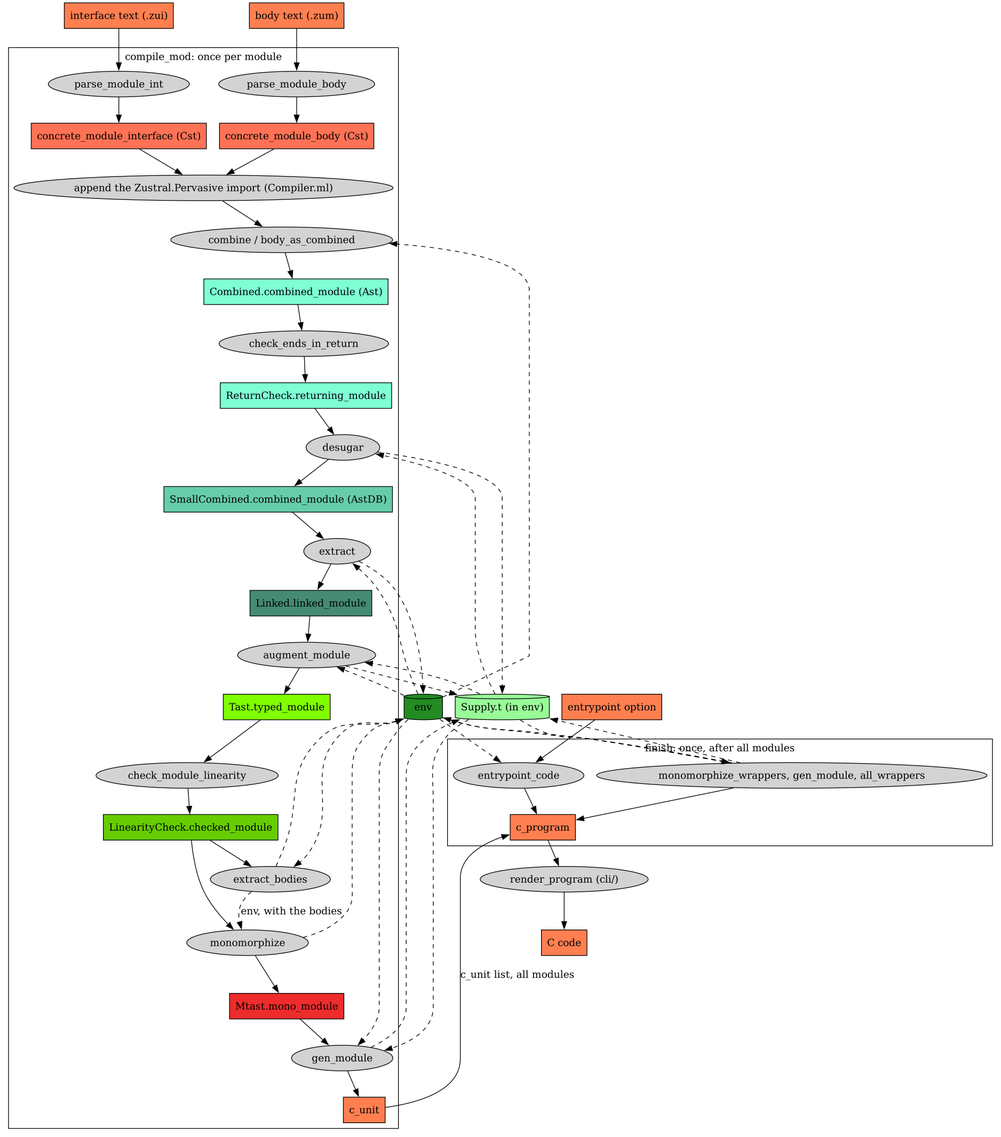
Above: docs/pipeline.png in seiei-sogen/zustral (Graphviz), before the change. Its source is kept beside it as docs/pipeline.dot.
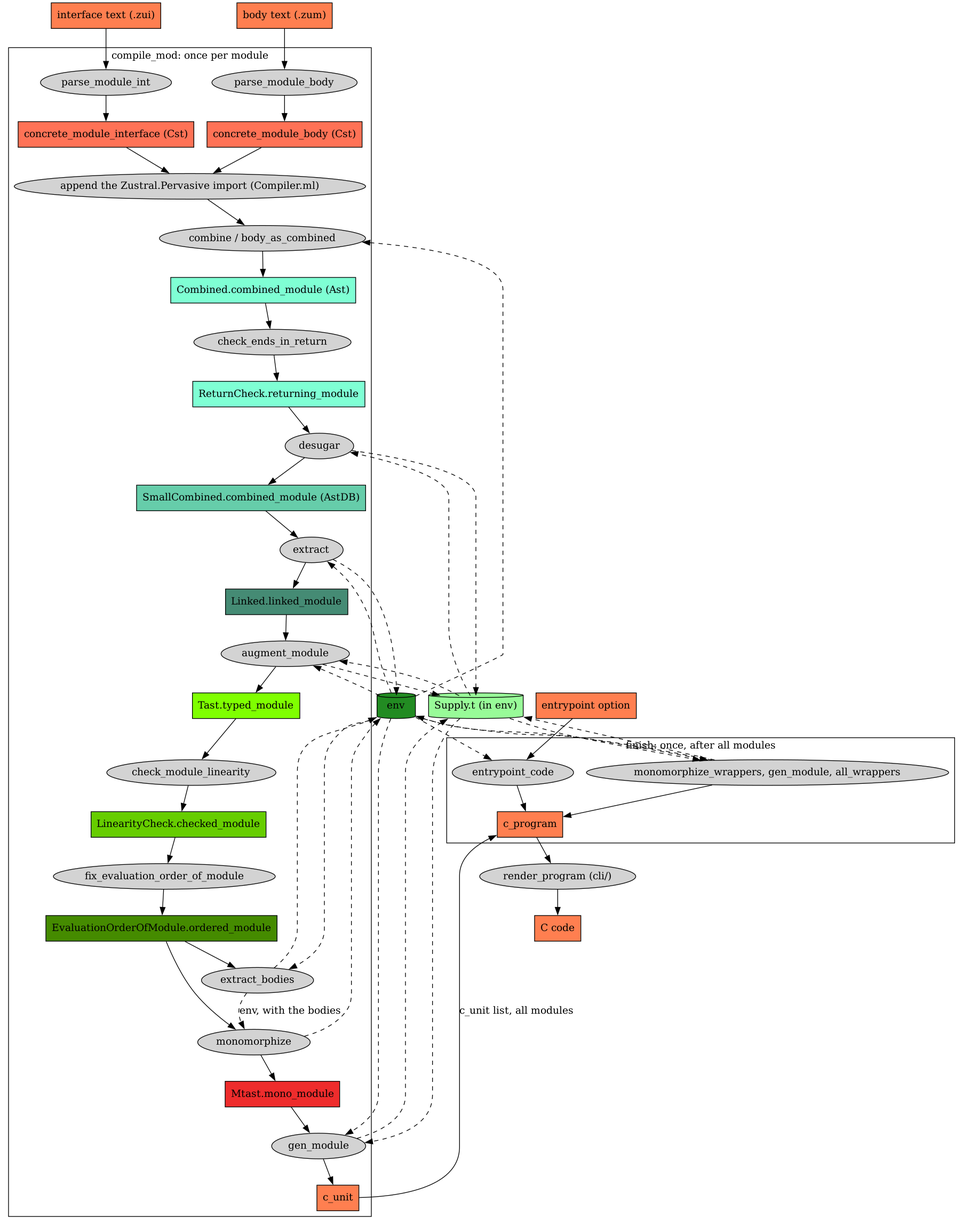
Above is the later version.

What changed in the source:
```diff
@@ -16,6 +16,7 @@
         linked[shape=rect fillcolor=aquamarine4 label="Linked.linked_module"]
         typed[shape=rect fillcolor=chartreuse1 label="Tast.typed_module"]
         checked[shape=rect fillcolor=chartreuse3 label="LinearityCheck.checked_module"]
+        ordered[shape=rect fillcolor=chartreuse4 label="EvaluationOrderOfModule.ordered_module"]
         mono[shape=rect fillcolor=firebrick2 label="Mtast.mono_module"]
         unit[shape=rect fillcolor=coral label="c_unit"]
 
@@ -28,6 +29,7 @@
         extract[label="extract"]
         augment[label="augment_module"]
         linearity[label="check_module_linearity"]
+        order[label="fix_evaluation_order_of_module"]
         bodies[label="extract_bodies"]
         monomorphize[label="monomorphize"]
         gen[label="gen_module"]
@@ -51,9 +53,9 @@
     zum -> parse_body -> bcst -> pervasive
     pervasive -> combine
     combine -> combined -> check_returns -> returning -> desugar -> small -> extract -> linked
-    linked -> augment -> typed -> linearity -> checked
-    checked -> bodies
-    checked -> monomorphize -> mono -> gen -> unit
+    linked -> augment -> typed -> linearity -> checked -> order -> ordered
+    ordered -> bodies
+    ordered -> monomorphize -> mono -> gen -> unit
     unit -> program [label="c_unit list, all modules"]
     ep -> entry
     wrappers -> program
```
